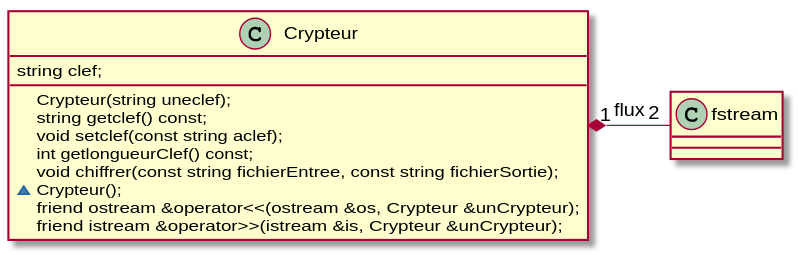
Above: sujets/tp10/classes.svg in alainlebret/cpplab (PlantUML), before the change.
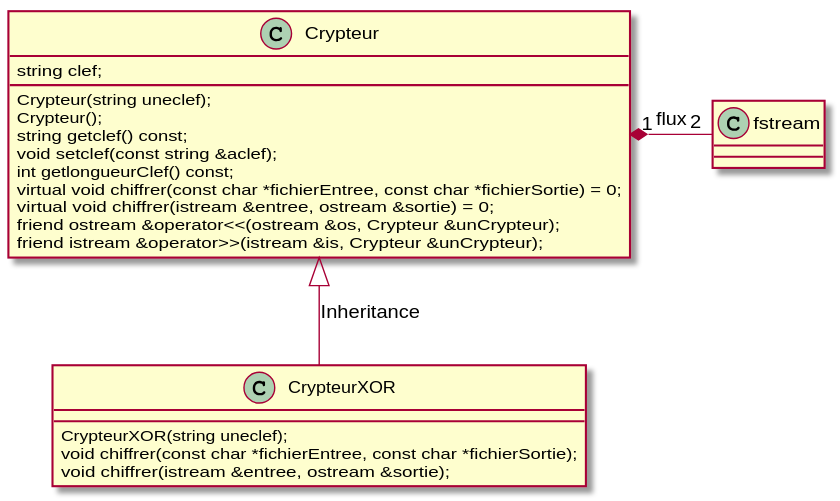
After the commit.

What changed in the source:
```diff
@@ -6,14 +6,22 @@
     string clef;
 
     Crypteur(string uneclef);
+    Crypteur();
     string getclef() const;
-    void setclef(const string aclef);
+    void setclef(const string &aclef);
     int getlongueurClef() const;
-    void chiffrer(const string fichierEntree, const string fichierSortie);
-    ~Crypteur();
+    virtual void chiffrer(const char *fichierEntree, const char *fichierSortie) = 0;
+    virtual void chiffrer(istream &entree, ostream &sortie) = 0;
     friend ostream &operator<<(ostream &os, Crypteur &unCrypteur);
     friend istream &operator>>(istream &is, Crypteur &unCrypteur);
 }
 
+class CrypteurXOR {
+    CrypteurXOR(string uneclef);
+    void chiffrer(const char *fichierEntree, const char *fichierSortie);
+    void chiffrer(istream &entree, ostream &sortie);
+}
+
 Crypteur "1" *-right- "2" fstream: flux
+Crypteur <|-down- CrypteurXOR: Inheritance
 @enduml
```
